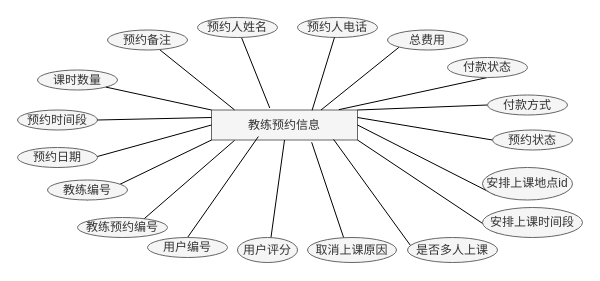
Before: page "教练预约信息" (1 of 12) of 羽毛球er.drawio in 194568/test1, a draw.io diagram. Source tidied: cells renumbered, new cells numbered last; positions are measured from the earlier drawing's top-left corner, leaving out a move shared by most shapes. Both pictures are drawn from the tidied source at 100%, with x=0, y=0 at pixel (17, 17).
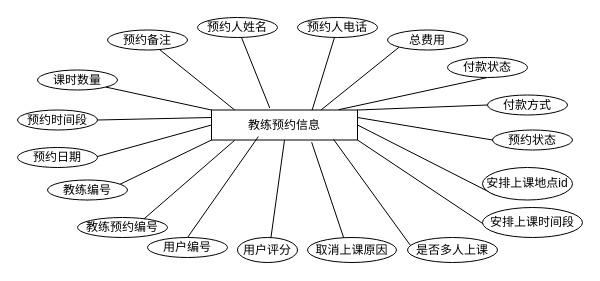
The same diagram, later.

The edit, as a diff of the source:
```diff
@@
-    <mxCell id="2" value="教练预约信息" style="rounded=0;whiteSpace=wrap;html=1;fillColor=#f5f5f5;fontColor=#333333;strokeColor=#666666;" parent="1" vertex="1">
+    <mxCell id="2" value="教练预约信息" style="rounded=0;whiteSpace=wrap;html=1;" parent="1" vertex="1">
       <mxGeometry x="194" y="92.5" width="146" height="30" as="geometry" />
     </mxCell>
@@
-    <mxCell id="4" value="教练预约编号" style="ellipse;whiteSpace=wrap;html=1;fillColor=#f5f5f5;fontColor=#333333;strokeColor=#666666;" parent="1" vertex="1">
+    <mxCell id="4" value="教练预约编号" style="ellipse;whiteSpace=wrap;html=1;" parent="1" vertex="1">
       <mxGeometry x="60" y="200" width="90" height="20" as="geometry" />
     </mxCell>
@@
-    <mxCell id="6" value="用户编号" style="ellipse;whiteSpace=wrap;html=1;fillColor=#f5f5f5;fontColor=#333333;strokeColor=#666666;" parent="1" vertex="1">
+    <mxCell id="6" value="用户编号" style="ellipse;whiteSpace=wrap;html=1;" parent="1" vertex="1">
       <mxGeometry x="130" y="220" width="80" height="20" as="geometry" />
     </mxCell>
@@
-    <mxCell id="8" value="教练编号" style="ellipse;whiteSpace=wrap;html=1;fillColor=#f5f5f5;fontColor=#333333;strokeColor=#666666;" parent="1" vertex="1">
+    <mxCell id="8" value="教练编号" style="ellipse;whiteSpace=wrap;html=1;" parent="1" vertex="1">
       <mxGeometry x="30" y="162.5" width="80" height="20" as="geometry" />
     </mxCell>
@@
-    <mxCell id="10" value="预约日期" style="ellipse;whiteSpace=wrap;html=1;fillColor=#f5f5f5;fontColor=#333333;strokeColor=#666666;" parent="1" vertex="1">
+    <mxCell id="10" value="预约日期" style="ellipse;whiteSpace=wrap;html=1;" parent="1" vertex="1">
       <mxGeometry y="130" width="80" height="20" as="geometry" />
     </mxCell>
-    <mxCell id="11" value="预约时间段" style="ellipse;whiteSpace=wrap;html=1;fillColor=#f5f5f5;fontColor=#333333;strokeColor=#666666;" parent="1" vertex="1">
+    <mxCell id="11" value="预约时间段" style="ellipse;whiteSpace=wrap;html=1;" parent="1" vertex="1">
       <mxGeometry y="92.5" width="80" height="20" as="geometry" />
     </mxCell>
-    <mxCell id="12" value="课时数量" style="ellipse;whiteSpace=wrap;html=1;fillColor=#f5f5f5;fontColor=#333333;strokeColor=#666666;" parent="1" vertex="1">
+    <mxCell id="12" value="课时数量" style="ellipse;whiteSpace=wrap;html=1;" parent="1" vertex="1">
       <mxGeometry x="20" y="52.5" width="80" height="20" as="geometry" />
     </mxCell>
@@
-    <mxCell id="14" value="预约备注" style="ellipse;whiteSpace=wrap;html=1;fillColor=#f5f5f5;fontColor=#333333;strokeColor=#666666;" parent="1" vertex="1">
+    <mxCell id="14" value="预约备注" style="ellipse;whiteSpace=wrap;html=1;" parent="1" vertex="1">
       <mxGeometry x="90" y="12.5" width="80" height="20" as="geometry" />
     </mxCell>
@@
-    <mxCell id="16" value="预约人姓名" style="ellipse;whiteSpace=wrap;html=1;fillColor=#f5f5f5;fontColor=#333333;strokeColor=#666666;" parent="1" vertex="1">
+    <mxCell id="16" value="预约人姓名" style="ellipse;whiteSpace=wrap;html=1;" parent="1" vertex="1">
       <mxGeometry x="180" width="80" height="20" as="geometry" />
     </mxCell>
-    <mxCell id="17" value="预约人电话" style="ellipse;whiteSpace=wrap;html=1;fillColor=#f5f5f5;fontColor=#333333;strokeColor=#666666;" parent="1" vertex="1">
+    <mxCell id="17" value="预约人电话" style="ellipse;whiteSpace=wrap;html=1;" parent="1" vertex="1">
       <mxGeometry x="280" width="80" height="20" as="geometry" />
     </mxCell>
@@
-    <mxCell id="19" value="总费用" style="ellipse;whiteSpace=wrap;html=1;fillColor=#f5f5f5;fontColor=#333333;strokeColor=#666666;" parent="1" vertex="1">
+    <mxCell id="19" value="总费用" style="ellipse;whiteSpace=wrap;html=1;" parent="1" vertex="1">
       <mxGeometry x="370" y="12.5" width="80" height="20" as="geometry" />
     </mxCell>
@@
-    <mxCell id="21" value="付款状态" style="ellipse;whiteSpace=wrap;html=1;fillColor=#f5f5f5;fontColor=#333333;strokeColor=#666666;" parent="1" vertex="1">
+    <mxCell id="21" value="付款状态" style="ellipse;whiteSpace=wrap;html=1;" parent="1" vertex="1">
       <mxGeometry x="430" y="40" width="80" height="20" as="geometry" />
     </mxCell>
@@
-    <mxCell id="23" value="付款方式" style="ellipse;whiteSpace=wrap;html=1;fillColor=#f5f5f5;fontColor=#333333;strokeColor=#666666;" parent="1" vertex="1">
+    <mxCell id="23" value="付款方式" style="ellipse;whiteSpace=wrap;html=1;" parent="1" vertex="1">
       <mxGeometry x="470" y="77.5" width="80" height="20" as="geometry" />
     </mxCell>
@@
-    <mxCell id="25" value="预约状态" style="ellipse;whiteSpace=wrap;html=1;fillColor=#f5f5f5;fontColor=#333333;strokeColor=#666666;" parent="1" vertex="1">
+    <mxCell id="25" value="预约状态" style="ellipse;whiteSpace=wrap;html=1;" parent="1" vertex="1">
       <mxGeometry x="475" y="112.5" width="80" height="20" as="geometry" />
     </mxCell>
@@
-    <mxCell id="30" value="安排上课地点id" style="ellipse;whiteSpace=wrap;html=1;fillColor=#f5f5f5;fontColor=#333333;strokeColor=#666666;" parent="1" vertex="1">
+    <mxCell id="30" value="安排上课地点id" style="ellipse;whiteSpace=wrap;html=1;" parent="1" vertex="1">
       <mxGeometry x="465" y="150" width="90" height="32.5" as="geometry" />
     </mxCell>
@@
-    <mxCell id="32" value="安排上课时间段" style="ellipse;whiteSpace=wrap;html=1;fillColor=#f5f5f5;fontColor=#333333;strokeColor=#666666;" parent="1" vertex="1">
+    <mxCell id="32" value="安排上课时间段" style="ellipse;whiteSpace=wrap;html=1;" parent="1" vertex="1">
       <mxGeometry x="465" y="190" width="100" height="30" as="geometry" />
     </mxCell>
@@
-    <mxCell id="34" value="是否多人上课" style="ellipse;whiteSpace=wrap;html=1;fillColor=#f5f5f5;fontColor=#333333;strokeColor=#666666;" parent="1" vertex="1">
+    <mxCell id="34" value="是否多人上课" style="ellipse;whiteSpace=wrap;html=1;" parent="1" vertex="1">
       <mxGeometry x="390" y="220" width="90" height="25" as="geometry" />
     </mxCell>
@@
-    <mxCell id="36" value="用户评分" style="ellipse;whiteSpace=wrap;html=1;fillColor=#f5f5f5;fontColor=#333333;strokeColor=#666666;" parent="1" vertex="1">
+    <mxCell id="36" value="用户评分" style="ellipse;whiteSpace=wrap;html=1;" parent="1" vertex="1">
       <mxGeometry x="220" y="220" width="60" height="25" as="geometry" />
     </mxCell>
@@
-    <mxCell id="38" value="取消上课原因" style="ellipse;whiteSpace=wrap;html=1;fillColor=#f5f5f5;fontColor=#333333;strokeColor=#666666;" parent="1" vertex="1">
+    <mxCell id="38" value="取消上课原因" style="ellipse;whiteSpace=wrap;html=1;" parent="1" vertex="1">
       <mxGeometry x="290" y="220" width="89" height="25" as="geometry" />
     </mxCell>
```
